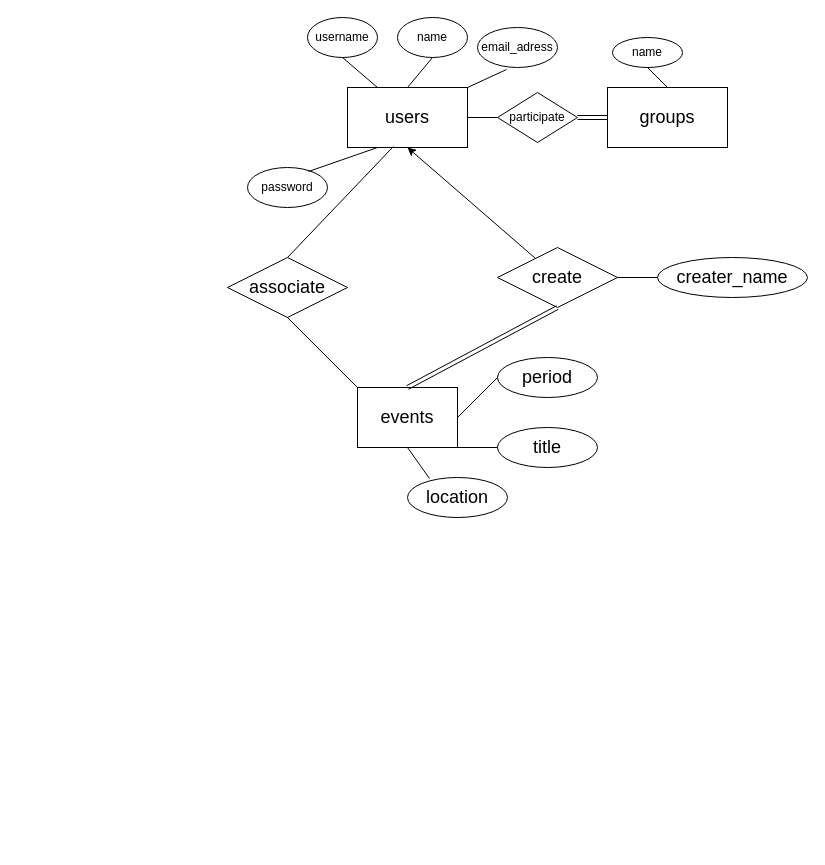
Earlier version of the draw.io diagram COMP 9311/assignment1-CSE-web-based.drawio (LoverCheng/unsw). Source tidied: cells renumbered, new cells numbered last; positions are measured from the earlier drawing's top-left corner, leaving out a move shared by most shapes. Both pictures are drawn from the tidied source at 100%, with x=0, y=0 at pixel (227, 17).
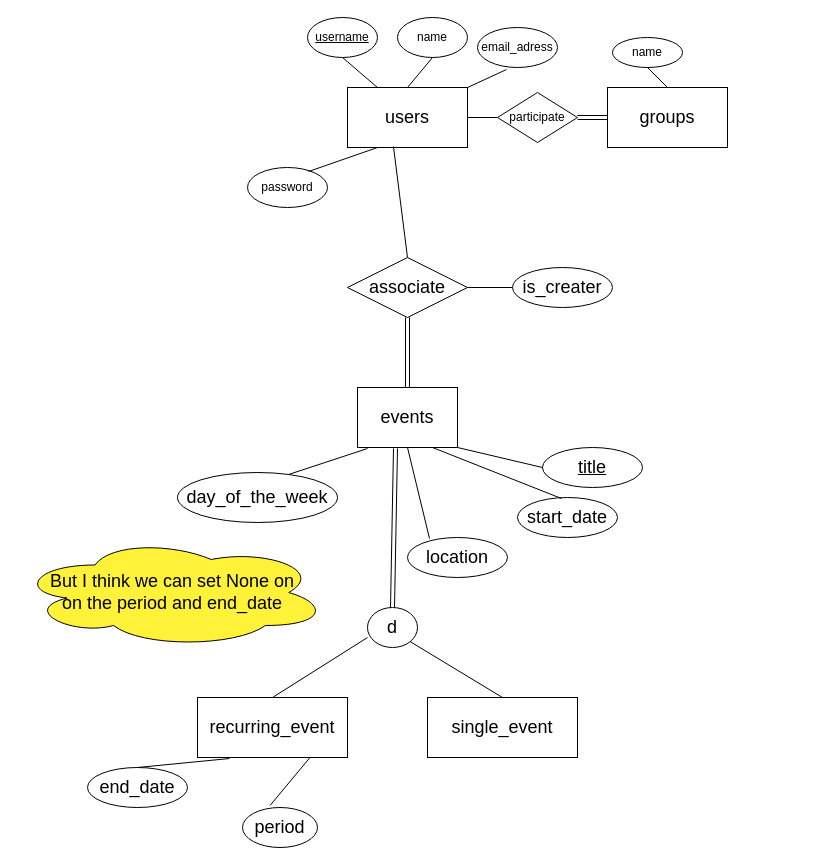
Above is the later version.

Unchanged cells that the change refers to:
```xml
<mxCell id="3" value="&lt;font style=&quot;font-size: 18px;&quot;&gt;users&lt;/font&gt;" style="rounded=0;whiteSpace=wrap;html=1;" parent="1" vertex="1">
  <mxGeometry x="120" y="70" width="120" height="60" as="geometry" />
</mxCell>
<mxCell id="15" value="&lt;font style=&quot;font-size: 18px;&quot;&gt;events&lt;/font&gt;" style="rounded=0;whiteSpace=wrap;html=1;" parent="1" vertex="1">
  <mxGeometry x="130" y="370" width="100" height="60" as="geometry" />
</mxCell>
```

Change to the diagram source:
```diff
@@
-    <mxCell id="5" value="username" style="ellipse;whiteSpace=wrap;html=1;" parent="1" vertex="1">
+    <mxCell id="5" value="&lt;u&gt;username&lt;/u&gt;" style="ellipse;whiteSpace=wrap;html=1;" parent="1" vertex="1">
       <mxGeometry x="80" width="70" height="40" as="geometry" />
     </mxCell>
@@
-    <mxCell id="18" value="create" style="shape=rhombus;perimeter=rhombusPerimeter;whiteSpace=wrap;html=1;align=center;fontSize=18;" parent="1" vertex="1">
-      <mxGeometry x="270" y="230" width="120" height="60" as="geometry" />
-    </mxCell>
-    <mxCell id="19" style="shape=link;html=1;rounded=0;fontSize=18;entryX=0.5;entryY=0;entryDx=0;entryDy=0;exitX=0.5;exitY=1;exitDx=0;exitDy=0;" parent="1" edge="1" source="18" target="15">
+    <mxCell id="19" style="shape=link;html=1;rounded=0;fontSize=18;entryX=0.5;entryY=0;entryDx=0;entryDy=0;exitX=0.5;exitY=1;exitDx=0;exitDy=0;" parent="1" edge="1" source="29" target="15">
       <mxGeometry relative="1" as="geometry" />
     </mxCell>
     <mxCell id="20" value="period" style="ellipse;whiteSpace=wrap;html=1;align=center;fontSize=18;" parent="1" vertex="1">
-      <mxGeometry x="270" y="340" width="100" height="40" as="geometry" />
+      <mxGeometry x="15" y="790" width="75" height="40" as="geometry" />
     </mxCell>
-    <mxCell id="21" style="endArrow=none;html=1;rounded=0;fontSize=18;exitX=1;exitY=0.5;exitDx=0;exitDy=0;entryX=0;entryY=0.5;entryDx=0;entryDy=0;" parent="1" edge="1" source="15" target="20">
+    <mxCell id="21" style="endArrow=none;html=1;rounded=0;fontSize=18;exitX=0.75;exitY=1;exitDx=0;exitDy=0;entryX=0.367;entryY=-0.05;entryDx=0;entryDy=0;entryPerimeter=0;" parent="1" edge="1" source="39" target="20">
       <mxGeometry relative="1" as="geometry" />
     </mxCell>
-    <mxCell id="22" value="title" style="ellipse;whiteSpace=wrap;html=1;align=center;fontSize=18;" parent="1" vertex="1">
-      <mxGeometry x="270" y="410" width="100" height="40" as="geometry" />
+    <mxCell id="22" value="&lt;u&gt;title&lt;/u&gt;" style="ellipse;whiteSpace=wrap;html=1;align=center;fontSize=18;" parent="1" vertex="1">
+      <mxGeometry x="315" y="430" width="100" height="40" as="geometry" />
     </mxCell>
@@
-    <mxCell id="24" style="endArrow=classic;html=1;rounded=0;fontSize=18;entryX=0.5;entryY=1;entryDx=0;entryDy=0;" parent="1" edge="1" source="18" target="3">
-      <mxGeometry relative="1" as="geometry" />
-    </mxCell>
     <mxCell id="25" value="location" style="ellipse;whiteSpace=wrap;html=1;align=center;fontSize=18;" parent="1" vertex="1">
-      <mxGeometry x="180" y="460" width="100" height="40" as="geometry" />
+      <mxGeometry x="180" y="520" width="100" height="40" as="geometry" />
     </mxCell>
@@
-    <mxCell id="27" value="creater_name" style="ellipse;whiteSpace=wrap;html=1;fontSize=18;" parent="1" vertex="1">
-      <mxGeometry x="430" y="240" width="150" height="40" as="geometry" />
+    <mxCell id="27" value="is_creater" style="ellipse;whiteSpace=wrap;html=1;fontSize=18;" parent="1" vertex="1">
+      <mxGeometry x="285" y="250" width="100" height="40" as="geometry" />
     </mxCell>
-    <mxCell id="28" style="endArrow=none;html=1;rounded=0;fontSize=18;exitX=1;exitY=0.5;exitDx=0;exitDy=0;entryX=0;entryY=0.5;entryDx=0;entryDy=0;" parent="1" edge="1" source="18" target="27">
+    <mxCell id="28" style="endArrow=none;html=1;rounded=0;fontSize=18;exitX=1;exitY=0.5;exitDx=0;exitDy=0;entryX=0;entryY=0.5;entryDx=0;entryDy=0;" parent="1" edge="1" source="29" target="27">
       <mxGeometry relative="1" as="geometry" />
     </mxCell>
     <mxCell id="29" value="associate" style="shape=rhombus;perimeter=rhombusPerimeter;whiteSpace=wrap;html=1;align=center;fontSize=18;" parent="1" vertex="1">
-      <mxGeometry y="240" width="120" height="60" as="geometry" />
+      <mxGeometry x="120" y="240" width="120" height="60" as="geometry" />
     </mxCell>
-    <mxCell id="30" style="endArrow=none;html=1;rounded=0;fontSize=18;entryX=0;entryY=0;entryDx=0;entryDy=0;exitX=0.5;exitY=1;exitDx=0;exitDy=0;" parent="1" edge="1" source="29" target="15">
-      <mxGeometry relative="1" as="geometry" />
-    </mxCell>
@@
+    <mxCell id="32" value="day_of_the_week" style="ellipse;whiteSpace=wrap;html=1;align=center;fontSize=18;" parent="1" vertex="1">
+      <mxGeometry x="-50" y="455" width="160" height="50" as="geometry" />
+    </mxCell>
+    <mxCell id="33" style="endArrow=none;html=1;rounded=0;fontSize=18;exitX=0.694;exitY=0.04;exitDx=0;exitDy=0;exitPerimeter=0;entryX=0.1;entryY=1.017;entryDx=0;entryDy=0;entryPerimeter=0;" parent="1" edge="1" source="32" target="15">
+      <mxGeometry relative="1" as="geometry" />
+    </mxCell>
+    <mxCell id="34" value="end_date" style="ellipse;whiteSpace=wrap;html=1;align=center;fontSize=18;" parent="1" vertex="1">
+      <mxGeometry x="-140" y="750" width="100" height="40" as="geometry" />
+    </mxCell>
+    <mxCell id="35" style="endArrow=none;html=1;rounded=0;fontSize=18;entryX=0.213;entryY=1.017;entryDx=0;entryDy=0;exitX=0.5;exitY=0;exitDx=0;exitDy=0;entryPerimeter=0;" parent="1" edge="1" source="34" target="39">
+      <mxGeometry relative="1" as="geometry" />
+    </mxCell>
+    <mxCell id="36" value="start_date" style="ellipse;whiteSpace=wrap;html=1;align=center;fontSize=18;" parent="1" vertex="1">
+      <mxGeometry x="290" y="480" width="100" height="40" as="geometry" />
+    </mxCell>
+    <mxCell id="37" style="shape=link;html=1;rounded=0;fontSize=18;exitX=0.38;exitY=1.017;exitDx=0;exitDy=0;exitPerimeter=0;entryX=0.5;entryY=0;entryDx=0;entryDy=0;" parent="1" edge="1" source="15" target="38">
+      <mxGeometry relative="1" as="geometry" />
+    </mxCell>
+    <mxCell id="38" value="d" style="ellipse;whiteSpace=wrap;html=1;align=center;fontSize=18;" parent="1" vertex="1">
+      <mxGeometry x="140" y="590" width="50" height="40" as="geometry" />
+    </mxCell>
+    <mxCell id="39" value="&lt;font style=&quot;font-size: 18px;&quot;&gt;recurring_event&lt;/font&gt;" style="rounded=0;whiteSpace=wrap;html=1;" parent="1" vertex="1">
+      <mxGeometry x="-30" y="680" width="150" height="60" as="geometry" />
+    </mxCell>
+    <mxCell id="40" style="endArrow=none;html=1;rounded=0;fontSize=18;entryX=0.5;entryY=0;entryDx=0;entryDy=0;exitX=0;exitY=0.75;exitDx=0;exitDy=0;exitPerimeter=0;" parent="1" edge="1" source="38" target="39">
+      <mxGeometry relative="1" as="geometry" />
+    </mxCell>
+    <mxCell id="41" value="&lt;font style=&quot;font-size: 18px;&quot;&gt;single_event&lt;/font&gt;" style="rounded=0;whiteSpace=wrap;html=1;" parent="1" vertex="1">
+      <mxGeometry x="200" y="680" width="150" height="60" as="geometry" />
+    </mxCell>
+    <mxCell id="42" style="endArrow=none;html=1;rounded=0;fontSize=18;entryX=0.5;entryY=0;entryDx=0;entryDy=0;exitX=1;exitY=1;exitDx=0;exitDy=0;" parent="1" edge="1" source="38" target="41">
+      <mxGeometry relative="1" as="geometry" />
+    </mxCell>
+    <mxCell id="43" style="endArrow=none;html=1;rounded=0;fontSize=18;exitX=0.75;exitY=1;exitDx=0;exitDy=0;entryX=0.44;entryY=0.025;entryDx=0;entryDy=0;entryPerimeter=0;" parent="1" edge="1" source="15" target="36">
+      <mxGeometry relative="1" as="geometry" />
+    </mxCell>
+    <mxCell id="44" value="But I think we can set None on&lt;br&gt;on the period and end_date" style="ellipse;shape=cloud;whiteSpace=wrap;html=1;fontSize=18;fillColor=#FFF238;" parent="1" vertex="1">
+      <mxGeometry x="-210" y="520" width="310" height="110" as="geometry" />
+    </mxCell>
```
